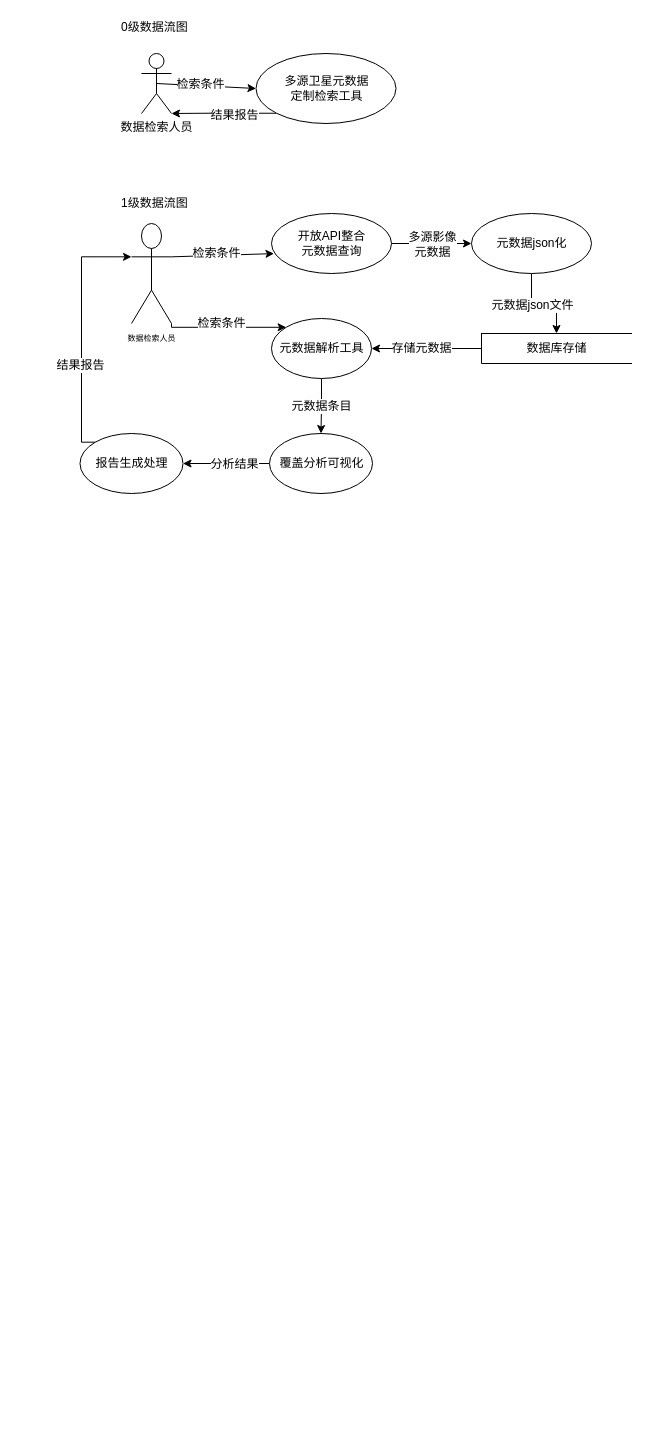
The draw.io diagram page 6 of 6 of 影像查询和融合系统.drawio in dorbodwolf/graphs_from_draw.io, before the edit. Source tidied: cells renumbered, new cells numbered last; positions are measured from the earlier drawing's top-left corner, leaving out a move shared by most shapes. Both pictures are drawn from the tidied source at 100%, with x=0, y=0 at pixel (79, 17).
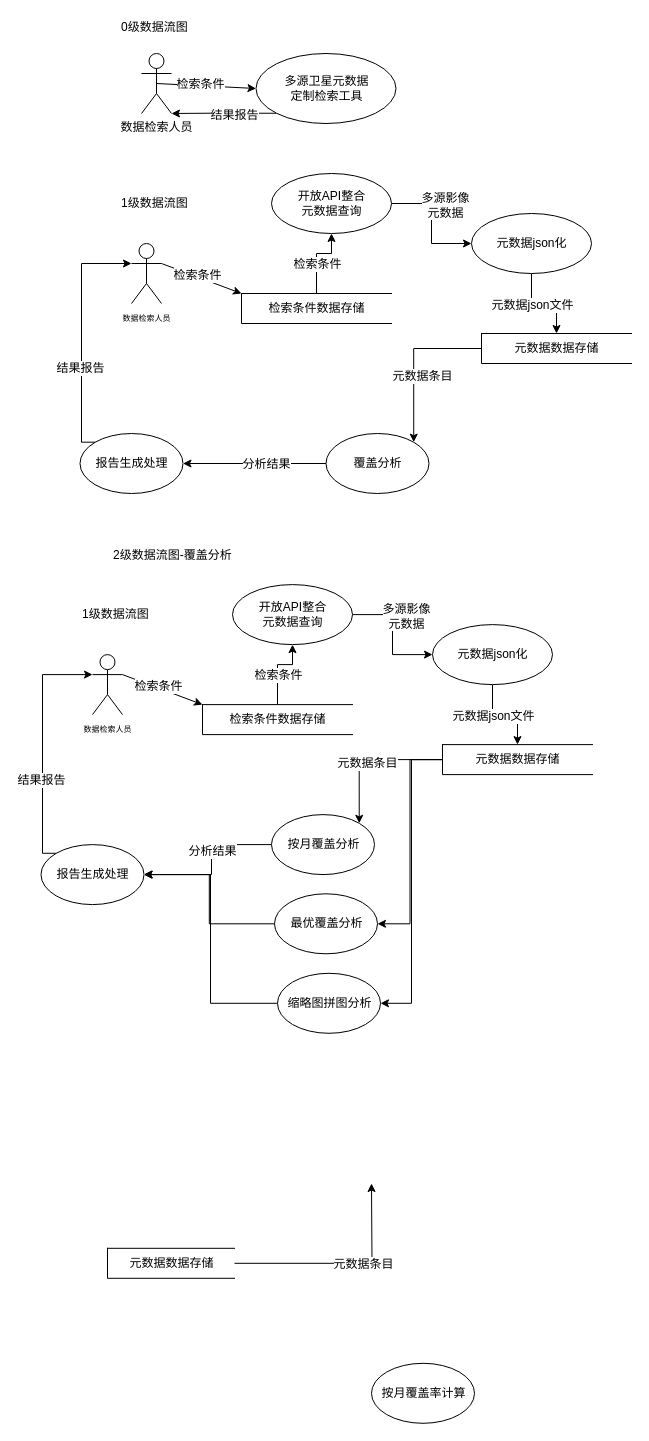
After the change.

Commit message:
Update 影像查询和融合系统.drawio

Unchanged cells that the change refers to:
```xml
<mxCell id="29" value="报告生成处理" style="shape=ellipse;html=1;dashed=0;whitespace=wrap;perimeter=ellipsePerimeter;" parent="1" vertex="1">
  <mxGeometry x="0.5" y="416" width="103" height="60" as="geometry" />
</mxCell>
```

Change to the diagram source:
```diff
@@
-    <mxCell id="2" style="edgeStyle=orthogonalEdgeStyle;rounded=0;jettySize=auto;html=1;" parent="1" edge="1" source="4" target="32">
+    <mxCell id="2" style="edgeStyle=orthogonalEdgeStyle;rounded=0;jettySize=auto;html=1;entryX=1;entryY=0;entryDx=0;entryDy=0;" parent="1" edge="1" source="4" target="26">
       <mxGeometry relative="1" as="geometry" />
     </mxCell>
-    <mxCell id="3" value="存储元数据" style="text;html=1;align=center;verticalAlign=middle;labelBackgroundColor=#ffffff;" parent="2" vertex="1">
+    <mxCell id="3" value="元数据条目" style="text;html=1;align=center;verticalAlign=middle;labelBackgroundColor=#ffffff;" parent="2" vertex="1">
       <mxGeometry x="0.21" y="2" relative="1" as="geometry">
         <mxPoint x="6" y="-2.5" as="offset" />
       </mxGeometry>
     </mxCell>
-    <mxCell id="4" value="数据库存储" style="html=1;dashed=0;whitespace=wrap;shape=partialRectangle;right=0;fillColor=none;" parent="1" vertex="1">
+    <mxCell id="4" value="元数据数据存储" style="html=1;dashed=0;whitespace=wrap;shape=partialRectangle;right=0;fillColor=none;" parent="1" vertex="1">
       <mxGeometry x="402" y="316" width="150" height="30" as="geometry" />
     </mxCell>
@@
-    <mxCell id="13" style="endArrow=classic;html=1;exitX=1;exitY=0.3333333333333333;exitDx=0;exitDy=0;exitPerimeter=0;entryX=0;entryY=0;entryDx=0;entryDy=0;" parent="1" edge="1" source="17">
-      <mxGeometry relative="1" as="geometry">
-        <mxPoint x="194.5" y="236.1" as="targetPoint" />
-      </mxGeometry>
+    <mxCell id="13" style="endArrow=classic;html=1;exitX=1;exitY=0.3333333333333333;exitDx=0;exitDy=0;exitPerimeter=0;entryX=0;entryY=0;entryDx=0;entryDy=0;" parent="1" edge="1" source="17" target="37">
+      <mxGeometry relative="1" as="geometry" />
     </mxCell>
@@
-    <mxCell id="15" style="edgeStyle=orthogonalEdgeStyle;rounded=0;jettySize=auto;html=1;exitX=1;exitY=1;exitDx=0;exitDy=0;exitPerimeter=0;entryX=0;entryY=0;entryDx=0;entryDy=0;" parent="1" edge="1" source="17" target="32">
-      <mxGeometry relative="1" as="geometry">
-        <Array as="points">
-          <mxPoint x="92" y="310" />
-        </Array>
-      </mxGeometry>
-    </mxCell>
-    <mxCell id="16" value="检索条件" style="text;html=1;align=center;verticalAlign=middle;labelBackgroundColor=#ffffff;" parent="15" vertex="1">
-      <mxGeometry x="-0.14" y="-3" relative="1" as="geometry">
-        <mxPoint x="2.5" y="-7" as="offset" />
-      </mxGeometry>
-    </mxCell>
     <mxCell id="17" value="&lt;font style=&quot;font-size: 8px&quot;&gt;数据检索人员&lt;/font&gt;" style="shape=umlActor;verticalLabelPosition=bottom;labelBackgroundColor=#ffffff;verticalAlign=top;html=1;outlineConnect=0;" parent="1" vertex="1">
-      <mxGeometry x="52" y="206" width="40" height="100" as="geometry" />
+      <mxGeometry x="52" y="226" width="30" height="60" as="geometry" />
     </mxCell>
@@
     <mxCell id="20" value="开放API整合&lt;br&gt;元数据查询" style="shape=ellipse;html=1;dashed=0;whitespace=wrap;perimeter=ellipsePerimeter;" parent="1" vertex="1">
-      <mxGeometry x="192" y="196" width="120" height="60" as="geometry" />
+      <mxGeometry x="192" y="156" width="120" height="60" as="geometry" />
     </mxCell>
@@
-    <mxCell id="26" value="覆盖分析可视化" style="shape=ellipse;html=1;dashed=0;whitespace=wrap;perimeter=ellipsePerimeter;" parent="1" vertex="1">
-      <mxGeometry x="190" y="416" width="103" height="60" as="geometry" />
+    <mxCell id="26" value="覆盖分析" style="shape=ellipse;html=1;dashed=0;whitespace=wrap;perimeter=ellipsePerimeter;" parent="1" vertex="1">
+      <mxGeometry x="246.5" y="416" width="103" height="60" as="geometry" />
     </mxCell>
     <mxCell id="27" style="edgeStyle=orthogonalEdgeStyle;rounded=0;jettySize=auto;html=1;exitX=0;exitY=0;exitDx=0;exitDy=0;entryX=0;entryY=0.3333333333333333;entryDx=0;entryDy=0;entryPerimeter=0;" parent="1" edge="1" source="29" target="17">
       <mxGeometry relative="1" as="geometry">
         <Array as="points">
           <mxPoint x="2" y="425" />
-          <mxPoint x="2" y="239" />
+          <mxPoint x="2" y="246" />
         </Array>
       </mxGeometry>
     </mxCell>
@@
-    <mxCell id="30" style="edgeStyle=orthogonalEdgeStyle;rounded=0;jettySize=auto;html=1;" parent="1" edge="1" source="32" target="26">
-      <mxGeometry relative="1" as="geometry" />
-    </mxCell>
-    <mxCell id="31" value="元数据条目" style="text;html=1;align=center;verticalAlign=middle;labelBackgroundColor=#ffffff;" parent="30" vertex="1">
-      <mxGeometry x="0.25" y="-2" relative="1" as="geometry">
-        <mxPoint x="2" y="-7" as="offset" />
-      </mxGeometry>
-    </mxCell>
-    <mxCell id="32" value="元数据解析工具" style="shape=ellipse;html=1;dashed=0;whitespace=wrap;perimeter=ellipsePerimeter;" parent="1" vertex="1">
-      <mxGeometry x="192" y="301" width="100" height="60" as="geometry" />
-    </mxCell>
+    <mxCell id="33" value="2级数据流图-覆盖分析" style="text;html=1;align=left;verticalAlign=top;spacingTop=-4;" parent="1" vertex="1">
+      <mxGeometry x="32" y="528" width="130" height="20" as="geometry" />
+    </mxCell>
+    <mxCell id="34" value="按月覆盖率计算" style="shape=ellipse;html=1;dashed=0;whitespace=wrap;perimeter=ellipsePerimeter;" parent="1" vertex="1">
+      <mxGeometry x="292" y="1345.8" width="103" height="60" as="geometry" />
+    </mxCell>
+    <mxCell id="35" style="edgeStyle=orthogonalEdgeStyle;rounded=0;jettySize=auto;html=1;exitX=0.5;exitY=0;exitDx=0;exitDy=0;entryX=0.5;entryY=1;entryDx=0;entryDy=0;" parent="1" edge="1" source="37" target="20">
+      <mxGeometry relative="1" as="geometry">
+        <Array as="points">
+          <mxPoint x="237" y="236" />
+          <mxPoint x="252" y="236" />
+        </Array>
+      </mxGeometry>
+    </mxCell>
+    <mxCell id="36" value="检索条件" style="text;html=1;align=center;verticalAlign=middle;labelBackgroundColor=#ffffff;" parent="35" vertex="1">
+      <mxGeometry x="-0.19" relative="1" as="geometry" />
+    </mxCell>
+    <mxCell id="37" value="检索条件数据存储" style="html=1;dashed=0;whitespace=wrap;shape=partialRectangle;right=0;fillColor=none;" parent="1" vertex="1">
+      <mxGeometry x="162" y="276" width="150" height="30" as="geometry" />
+    </mxCell>
+    <mxCell id="38" style="edgeStyle=orthogonalEdgeStyle;rounded=0;jettySize=auto;html=1;exitX=0;exitY=0.5;exitDx=0;exitDy=0;entryX=1;entryY=0.5;entryDx=0;entryDy=0;" parent="1" edge="1" source="39" target="63">
+      <mxGeometry relative="1" as="geometry" />
+    </mxCell>
+    <mxCell id="39" value="最优覆盖分析" style="shape=ellipse;html=1;dashed=0;whitespace=wrap;perimeter=ellipsePerimeter;" parent="1" vertex="1">
+      <mxGeometry x="195" y="876.3" width="103" height="60" as="geometry" />
+    </mxCell>
+    <mxCell id="40" style="edgeStyle=orthogonalEdgeStyle;rounded=0;jettySize=auto;html=1;entryX=0;entryY=0.5;entryDx=0;entryDy=0;" parent="1" edge="1" source="42">
+      <mxGeometry relative="1" as="geometry">
+        <mxPoint x="292" y="1166" as="targetPoint" />
+      </mxGeometry>
+    </mxCell>
+    <mxCell id="41" value="元数据条目" style="text;html=1;align=center;verticalAlign=middle;labelBackgroundColor=#ffffff;" parent="40" vertex="1">
+      <mxGeometry x="0.18" y="-1" relative="1" as="geometry" />
+    </mxCell>
+    <mxCell id="42" value="元数据数据存储" style="html=1;dashed=0;whitespace=wrap;shape=partialRectangle;right=0;fillColor=none;" parent="1" vertex="1">
+      <mxGeometry x="28" y="1230.8" width="127" height="30" as="geometry" />
+    </mxCell>
+    <mxCell id="43" style="edgeStyle=orthogonalEdgeStyle;rounded=0;jettySize=auto;html=1;entryX=1;entryY=0;entryDx=0;entryDy=0;" parent="1" edge="1" source="47" target="60">
+      <mxGeometry relative="1" as="geometry" />
+    </mxCell>
+    <mxCell id="44" value="元数据条目" style="text;html=1;align=center;verticalAlign=middle;labelBackgroundColor=#ffffff;" parent="43" vertex="1">
+      <mxGeometry x="0.21" y="2" relative="1" as="geometry">
+        <mxPoint x="6" y="-2.5" as="offset" />
+      </mxGeometry>
+    </mxCell>
+    <mxCell id="45" style="edgeStyle=orthogonalEdgeStyle;rounded=0;jettySize=auto;html=1;exitX=0;exitY=0.5;exitDx=0;exitDy=0;entryX=1;entryY=0.5;entryDx=0;entryDy=0;" parent="1" edge="1" source="47" target="39">
+      <mxGeometry relative="1" as="geometry" />
+    </mxCell>
+    <mxCell id="46" style="edgeStyle=orthogonalEdgeStyle;rounded=0;jettySize=auto;html=1;exitX=0;exitY=0.5;exitDx=0;exitDy=0;entryX=1;entryY=0.5;entryDx=0;entryDy=0;" parent="1" edge="1" source="47" target="68">
+      <mxGeometry relative="1" as="geometry" />
+    </mxCell>
+    <mxCell id="47" value="元数据数据存储" style="html=1;dashed=0;whitespace=wrap;shape=partialRectangle;right=0;fillColor=none;" parent="1" vertex="1">
+      <mxGeometry x="363" y="727.1" width="150" height="30" as="geometry" />
+    </mxCell>
+    <mxCell id="48" value="1级数据流图&lt;br&gt;" style="text;html=1;align=left;verticalAlign=top;spacingTop=-4;" parent="1" vertex="1">
+      <mxGeometry x="1" y="587.1" width="80" height="20" as="geometry" />
+    </mxCell>
+    <mxCell id="49" style="endArrow=classic;html=1;exitX=1;exitY=0.3333333333333333;exitDx=0;exitDy=0;exitPerimeter=0;entryX=0;entryY=0;entryDx=0;entryDy=0;" parent="1" edge="1" source="51" target="66">
+      <mxGeometry relative="1" as="geometry" />
+    </mxCell>
+    <mxCell id="50" value="检索条件" style="text;html=1;align=center;verticalAlign=middle;labelBackgroundColor=#ffffff;" parent="49" vertex="1">
+      <mxGeometry x="-0.13" y="2" relative="1" as="geometry" />
+    </mxCell>
+    <mxCell id="51" value="&lt;font style=&quot;font-size: 8px&quot;&gt;数据检索人员&lt;/font&gt;" style="shape=umlActor;verticalLabelPosition=bottom;labelBackgroundColor=#ffffff;verticalAlign=top;html=1;outlineConnect=0;" parent="1" vertex="1">
+      <mxGeometry x="13" y="637.1" width="30" height="60" as="geometry" />
+    </mxCell>
+    <mxCell id="52" style="edgeStyle=orthogonalEdgeStyle;rounded=0;jettySize=auto;html=1;" parent="1" edge="1" source="54" target="57">
+      <mxGeometry relative="1" as="geometry" />
+    </mxCell>
+    <mxCell id="53" value="多源影像&lt;br&gt;元数据" style="text;html=1;align=center;verticalAlign=middle;labelBackgroundColor=#ffffff;" parent="52" vertex="1">
+      <mxGeometry x="-0.32" relative="1" as="geometry">
+        <mxPoint x="13" as="offset" />
+      </mxGeometry>
+    </mxCell>
+    <mxCell id="54" value="开放API整合&lt;br&gt;元数据查询" style="shape=ellipse;html=1;dashed=0;whitespace=wrap;perimeter=ellipsePerimeter;" parent="1" vertex="1">
+      <mxGeometry x="153" y="567.1" width="120" height="60" as="geometry" />
+    </mxCell>
+    <mxCell id="55" style="edgeStyle=orthogonalEdgeStyle;rounded=0;jettySize=auto;html=1;" parent="1" edge="1" source="57" target="47">
+      <mxGeometry relative="1" as="geometry" />
+    </mxCell>
+    <mxCell id="56" value="元数据json文件" style="text;html=1;align=center;verticalAlign=middle;labelBackgroundColor=#ffffff;" parent="55" vertex="1">
+      <mxGeometry x="-0.29" y="-1" relative="1" as="geometry" />
+    </mxCell>
+    <mxCell id="57" value="元数据json化" style="shape=ellipse;html=1;dashed=0;whitespace=wrap;perimeter=ellipsePerimeter;" parent="1" vertex="1">
+      <mxGeometry x="353" y="607.1" width="120" height="60" as="geometry" />
+    </mxCell>
+    <mxCell id="58" style="edgeStyle=orthogonalEdgeStyle;rounded=0;jettySize=auto;html=1;" parent="1" edge="1" source="60" target="63">
+      <mxGeometry relative="1" as="geometry">
+        <Array as="points">
+          <mxPoint x="132" y="827" />
+          <mxPoint x="132" y="857" />
+        </Array>
+      </mxGeometry>
+    </mxCell>
+    <mxCell id="59" value="分析结果" style="text;html=1;align=center;verticalAlign=middle;labelBackgroundColor=#ffffff;" parent="58" vertex="1">
+      <mxGeometry x="-0.16" relative="1" as="geometry" />
+    </mxCell>
+    <mxCell id="60" value="按月覆盖分析" style="shape=ellipse;html=1;dashed=0;whitespace=wrap;perimeter=ellipsePerimeter;" parent="1" vertex="1">
+      <mxGeometry x="192" y="797.1" width="103" height="60" as="geometry" />
+    </mxCell>
+    <mxCell id="61" style="edgeStyle=orthogonalEdgeStyle;rounded=0;jettySize=auto;html=1;exitX=0;exitY=0;exitDx=0;exitDy=0;entryX=0;entryY=0.3333333333333333;entryDx=0;entryDy=0;entryPerimeter=0;" parent="1" edge="1" source="63" target="51">
+      <mxGeometry relative="1" as="geometry">
+        <Array as="points">
+          <mxPoint x="-37" y="836.1" />
+          <mxPoint x="-37" y="657.1" />
+        </Array>
+      </mxGeometry>
+    </mxCell>
+    <mxCell id="62" value="结果报告" style="text;html=1;align=center;verticalAlign=middle;labelBackgroundColor=#ffffff;" parent="61" vertex="1">
+      <mxGeometry x="0.06" y="2" relative="1" as="geometry">
+        <mxPoint x="0.5" y="41.5" as="offset" />
+      </mxGeometry>
+    </mxCell>
+    <mxCell id="63" value="报告生成处理" style="shape=ellipse;html=1;dashed=0;whitespace=wrap;perimeter=ellipsePerimeter;" parent="1" vertex="1">
+      <mxGeometry x="-38.5" y="827.1" width="103" height="60" as="geometry" />
+    </mxCell>
+    <mxCell id="64" style="edgeStyle=orthogonalEdgeStyle;rounded=0;jettySize=auto;html=1;exitX=0.5;exitY=0;exitDx=0;exitDy=0;entryX=0.5;entryY=1;entryDx=0;entryDy=0;" parent="1" edge="1" source="66" target="54">
+      <mxGeometry relative="1" as="geometry">
+        <Array as="points">
+          <mxPoint x="198" y="647.1" />
+          <mxPoint x="213" y="647.1" />
+        </Array>
+      </mxGeometry>
+    </mxCell>
+    <mxCell id="65" value="检索条件" style="text;html=1;align=center;verticalAlign=middle;labelBackgroundColor=#ffffff;" parent="64" vertex="1">
+      <mxGeometry x="-0.19" relative="1" as="geometry" />
+    </mxCell>
+    <mxCell id="66" value="检索条件数据存储" style="html=1;dashed=0;whitespace=wrap;shape=partialRectangle;right=0;fillColor=none;" parent="1" vertex="1">
+      <mxGeometry x="123" y="687.1" width="150" height="30" as="geometry" />
+    </mxCell>
+    <mxCell id="67" style="edgeStyle=orthogonalEdgeStyle;rounded=0;jettySize=auto;html=1;exitX=0;exitY=0.5;exitDx=0;exitDy=0;entryX=1;entryY=0.5;entryDx=0;entryDy=0;" parent="1" edge="1" source="68" target="63">
+      <mxGeometry relative="1" as="geometry">
+        <Array as="points">
+          <mxPoint x="131" y="986" />
+          <mxPoint x="131" y="857" />
+        </Array>
+      </mxGeometry>
+    </mxCell>
+    <mxCell id="68" value="缩略图拼图分析" style="shape=ellipse;html=1;dashed=0;whitespace=wrap;perimeter=ellipsePerimeter;" parent="1" vertex="1">
+      <mxGeometry x="198" y="955.8" width="103" height="60" as="geometry" />
+    </mxCell>
```
